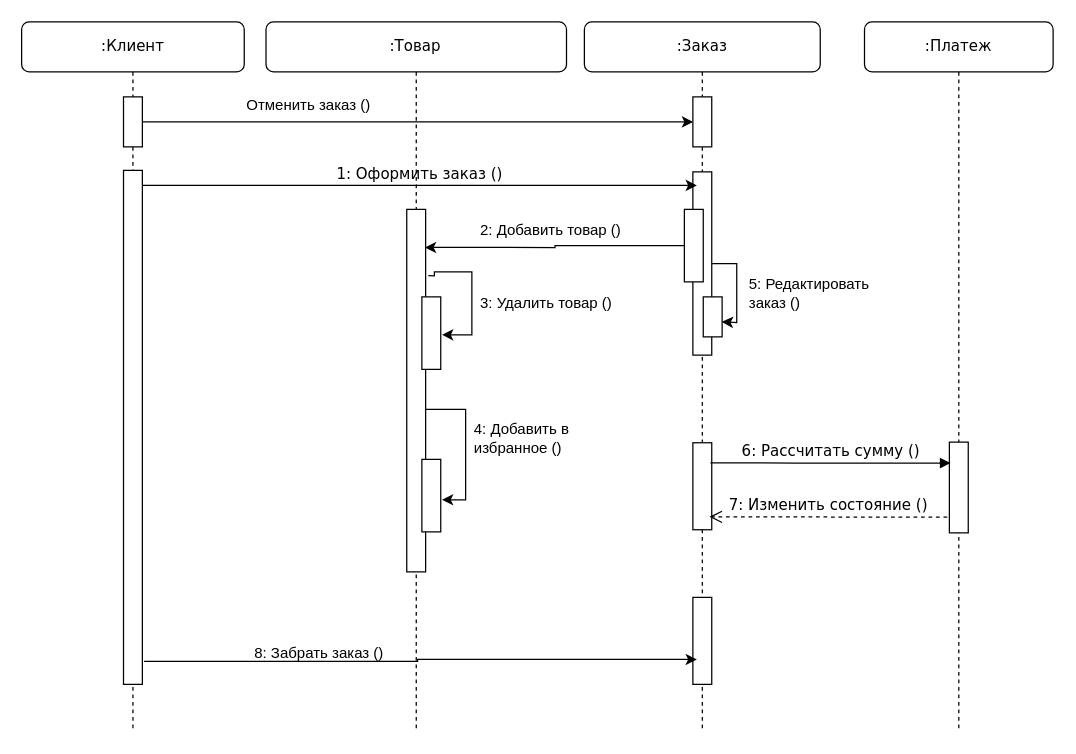
Above: дгрмм последовательности.drawio in Ksenix-CopLLeRe/preparation (draw.io), before the change. Source tidied: cells renumbered, new cells numbered last; positions are measured from the earlier drawing's top-left corner, leaving out a move shared by most shapes. Both pictures are drawn from the tidied source at 125%, with x=0, y=0 at pixel (21, 21).
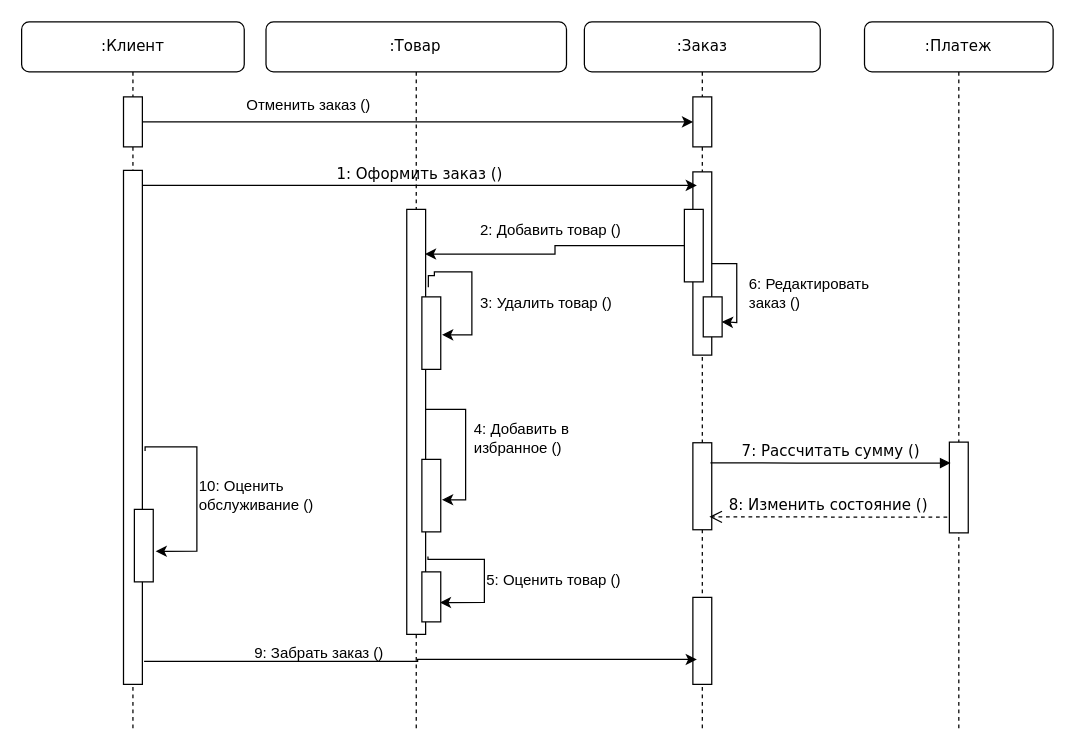
Above is the later version.

The change refers to these unchanged cells:
```xml
<mxCell id="2" style="group;" parent="1" vertex="1">
  <mxGeometry x="10" width="815" height="568" as="geometry" />
</mxCell>
<mxCell id="5" style="html=1;points=[];perimeter=orthogonalPerimeter;rounded=0;shadow=0;comic=0;labelBackgroundColor=none;strokeWidth=1;fontFamily=Verdana;fontSize=12;align=center;" parent="3" vertex="1">
  <mxGeometry x="86.8" y="336.7" width="15.1" height="69.6" as="geometry" />
</mxCell>
<mxCell id="32" style="html=1;points=[];perimeter=orthogonalPerimeter;rounded=0;shadow=0;comic=0;labelBackgroundColor=none;strokeWidth=1;fontFamily=Verdana;fontSize=12;align=center;" parent="2" vertex="1">
  <mxGeometry x="71.3" y="118.8" width="15.1" height="411.2" as="geometry" />
</mxCell>
```

Diff of the diagram source:
```diff
@@
-    <mxCell id="12" value="7: Изменить состояние ()" style="html=1;verticalAlign=bottom;endArrow=open;dashed=1;endSize=8;exitX=-0.1;exitY=0.573;labelBackgroundColor=none;fontFamily=Verdana;fontSize=12;exitDx=0;exitDy=0;exitPerimeter=0;" parent="2" edge="1">
+    <mxCell id="12" value="8: Изменить состояние ()" style="html=1;verticalAlign=bottom;endArrow=open;dashed=1;endSize=8;exitX=-0.1;exitY=0.573;labelBackgroundColor=none;fontFamily=Verdana;fontSize=12;exitDx=0;exitDy=0;exitPerimeter=0;" parent="2" edge="1">
       <mxGeometry relative="1" as="geometry">
         <mxPoint x="730.3" y="396.2" as="sourcePoint" />
         <mxPoint x="540" y="396" as="targetPoint" />
       </mxGeometry>
     </mxCell>
-    <mxCell id="13" value="6: Рассчитать сумму ()" style="html=1;verticalAlign=bottom;endArrow=block;labelBackgroundColor=none;fontFamily=Verdana;fontSize=12;entryX=-0.086;entryY=0.496;entryDx=0;entryDy=0;entryPerimeter=0;exitX=0.932;exitY=0.231;exitDx=0;exitDy=0;exitPerimeter=0;" parent="2" edge="1" source="5">
+    <mxCell id="13" value="7: Рассчитать сумму ()" style="html=1;verticalAlign=bottom;endArrow=block;labelBackgroundColor=none;fontFamily=Verdana;fontSize=12;entryX=-0.086;entryY=0.496;entryDx=0;entryDy=0;entryPerimeter=0;exitX=0.932;exitY=0.231;exitDx=0;exitDy=0;exitPerimeter=0;" parent="2" edge="1" source="5">
       <mxGeometry relative="1" as="geometry">
         <mxPoint x="733" y="352.9" as="targetPoint" />
         <Array as="points">
           <mxPoint x="620" y="353" />
         </Array>
       </mxGeometry>
     </mxCell>
@@
+    <mxCell id="34" style="edgeStyle=orthogonalEdgeStyle;rounded=0;jettySize=auto;html=1;entryX=0.952;entryY=0.613;entryDx=0;entryDy=0;entryPerimeter=0;exitX=1.124;exitY=0.817;exitDx=0;exitDy=0;exitPerimeter=0;" parent="2" edge="1" source="19" target="38">
+      <mxGeometry relative="1" as="geometry">
+        <Array as="points">
+          <mxPoint x="315" y="430" />
+          <mxPoint x="360" y="430" />
+          <mxPoint x="360" y="465" />
+        </Array>
+      </mxGeometry>
+    </mxCell>
     <mxCell id="19" style="html=1;points=[];perimeter=orthogonalPerimeter;rounded=0;shadow=0;comic=0;labelBackgroundColor=none;strokeWidth=1;fontFamily=Verdana;fontSize=12;align=center;" parent="2" vertex="1">
-      <mxGeometry x="297.9" y="150" width="15.1" height="290" as="geometry" />
+      <mxGeometry x="297.9" y="150" width="15.1" height="340" as="geometry" />
     </mxCell>
@@
-    <mxCell id="25" value="5: Редактировать заказ ()" style="text;strokeColor=none;align=left;fillColor=none;html=1;verticalAlign=middle;whiteSpace=wrap;rounded=0;" parent="2" vertex="1">
+    <mxCell id="25" value="6: Редактировать заказ ()" style="text;strokeColor=none;align=left;fillColor=none;html=1;verticalAlign=middle;whiteSpace=wrap;rounded=0;" parent="2" vertex="1">
       <mxGeometry x="570" y="200" width="130" height="34.8" as="geometry" />
     </mxCell>
@@
+    <mxCell id="35" style="edgeStyle=orthogonalEdgeStyle;rounded=0;jettySize=auto;html=1;entryX=1.126;entryY=0.578;entryDx=0;entryDy=0;entryPerimeter=0;exitX=1.143;exitY=0.546;exitDx=0;exitDy=0;exitPerimeter=0;" parent="2" edge="1" source="32" target="36">
+      <mxGeometry relative="1" as="geometry">
+        <Array as="points">
+          <mxPoint x="89" y="340" />
+          <mxPoint x="130" y="340" />
+          <mxPoint x="130" y="423" />
+        </Array>
+      </mxGeometry>
+    </mxCell>
@@
-    <mxCell id="33" value="8: Забрать заказ ()" style="text;strokeColor=none;align=center;fillColor=none;html=1;verticalAlign=middle;whiteSpace=wrap;rounded=0;" parent="2" vertex="1">
+    <mxCell id="33" value="9: Забрать заказ ()" style="text;strokeColor=none;align=center;fillColor=none;html=1;verticalAlign=middle;whiteSpace=wrap;rounded=0;" parent="2" vertex="1">
       <mxGeometry x="167.9" y="490" width="120" height="30" as="geometry" />
     </mxCell>
+    <mxCell id="36" style="html=1;points=[];perimeter=orthogonalPerimeter;rounded=0;shadow=0;comic=0;labelBackgroundColor=none;strokeWidth=1;fontFamily=Verdana;fontSize=12;align=center;" parent="2" vertex="1">
+      <mxGeometry x="80" y="390" width="15.1" height="58" as="geometry" />
+    </mxCell>
+    <mxCell id="37" value="10: Оценить обслуживание ()" style="text;strokeColor=none;align=left;fillColor=none;html=1;verticalAlign=middle;whiteSpace=wrap;rounded=0;" parent="2" vertex="1">
+      <mxGeometry x="130" y="364" width="120" height="30" as="geometry" />
+    </mxCell>
+    <mxCell id="38" style="html=1;points=[];perimeter=orthogonalPerimeter;rounded=0;shadow=0;comic=0;labelBackgroundColor=none;strokeWidth=1;fontFamily=Verdana;fontSize=12;align=center;" parent="2" vertex="1">
+      <mxGeometry x="310" y="440" width="15.1" height="40" as="geometry" />
+    </mxCell>
+    <mxCell id="39" value="5: Оценить товар ()" style="text;strokeColor=none;align=left;fillColor=none;html=1;verticalAlign=middle;whiteSpace=wrap;rounded=0;" parent="2" vertex="1">
+      <mxGeometry x="360" y="430" width="130" height="34.8" as="geometry" />
+    </mxCell>
```
